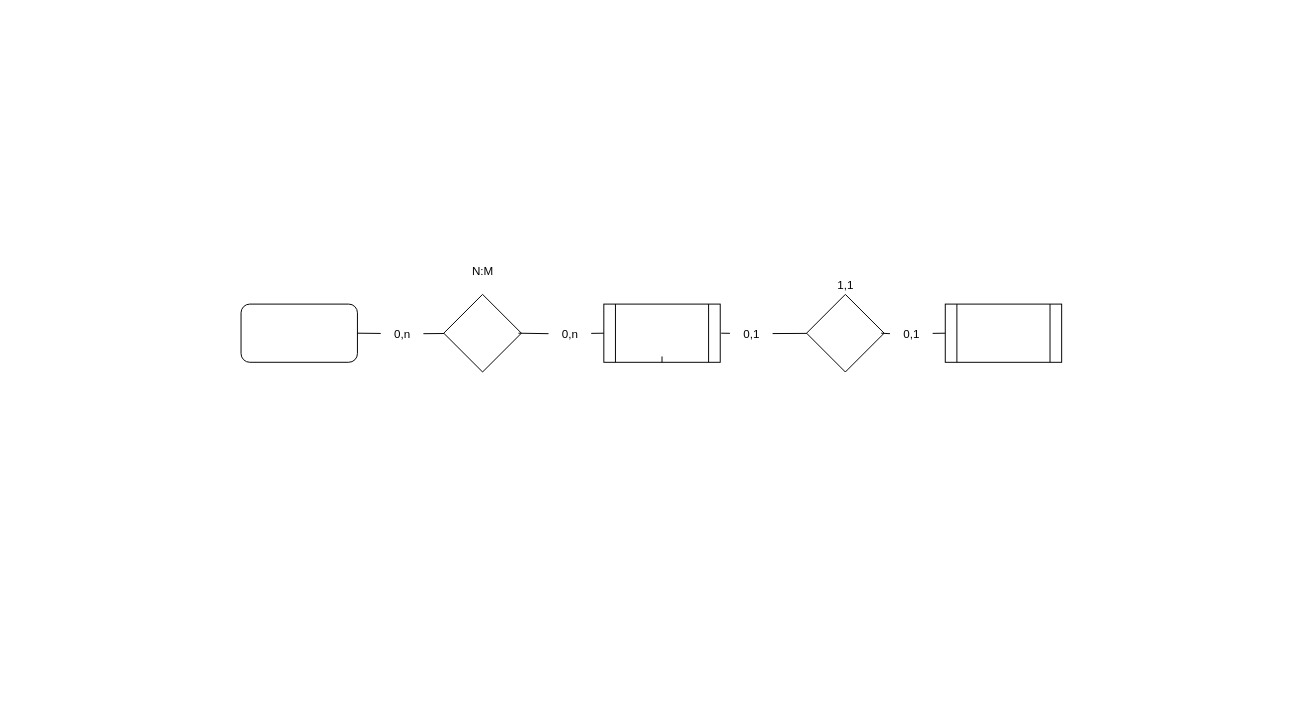
Earlier version of the draw.io diagram Untitled Diagram.drawio (Kiritomoreno/Diagramas). Source tidied: cells renumbered, new cells numbered last; positions are measured from the earlier drawing's top-left corner, leaving out a move shared by most shapes. Both pictures are drawn from the tidied source at 97%, with x=0, y=0 at pixel (241, 254).
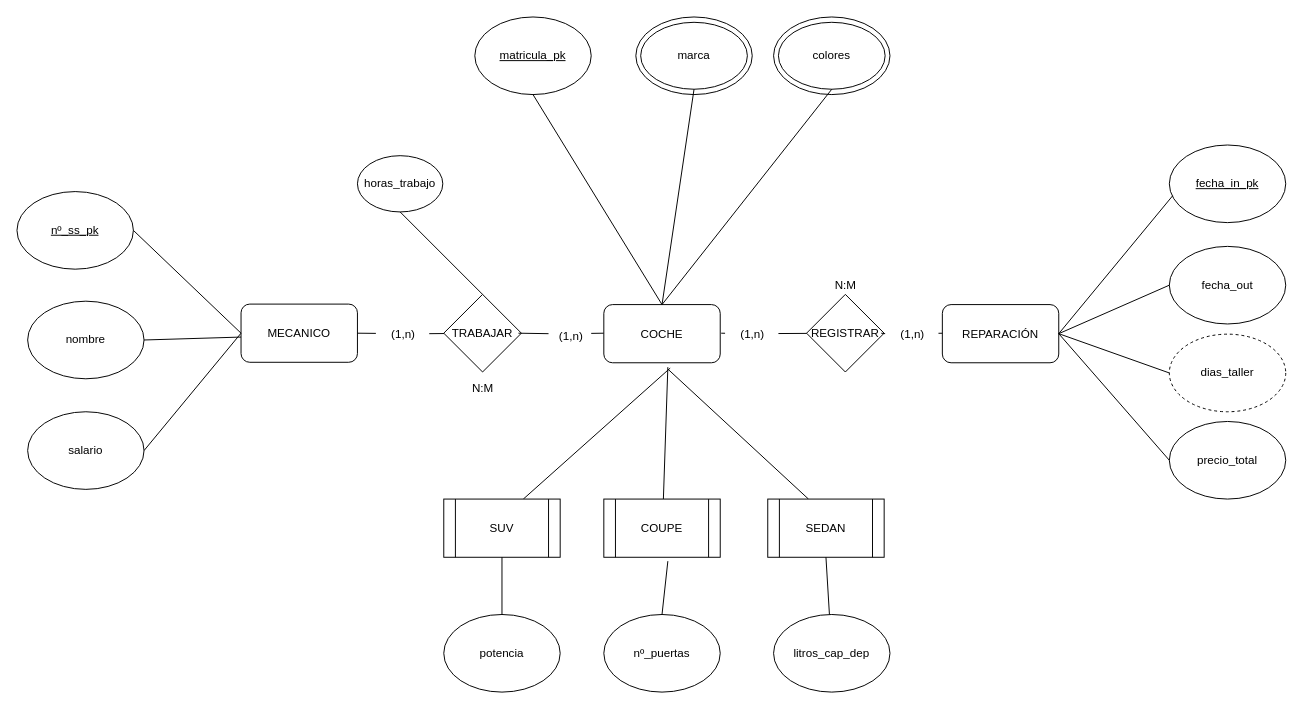
Above is the later version.

Change to the diagram source:
```diff
@@
+    <mxCell id="22" value="dias_taller" style="ellipse;whiteSpace=wrap;html=1;dashed=1;" parent="1" vertex="1">
+      <mxGeometry x="957" y="82" width="120" height="80" as="geometry" />
+    </mxCell>
-    <mxCell id="2" style="rounded=1;whiteSpace=wrap;html=1;" parent="1" vertex="1">
+    <mxCell id="2" value="MECANICO" style="rounded=1;whiteSpace=wrap;html=1;" parent="1" vertex="1">
       <mxGeometry y="51" width="120" height="60" as="geometry" />
     </mxCell>
-    <mxCell id="3" style="shape=process;whiteSpace=wrap;html=1;backgroundOutline=1;" parent="1" vertex="1">
-      <mxGeometry x="374" y="51" width="120" height="60" as="geometry" />
-    </mxCell>
-    <mxCell id="4" style="shape=process;whiteSpace=wrap;html=1;backgroundOutline=1;" parent="1" vertex="1">
-      <mxGeometry x="726" y="51" width="120" height="60" as="geometry" />
-    </mxCell>
-    <mxCell id="5" style="rhombus;whiteSpace=wrap;html=1;" parent="1" vertex="1">
+    <mxCell id="5" value="TRABAJAR" style="rhombus;whiteSpace=wrap;html=1;" parent="1" vertex="1">
       <mxGeometry x="209" y="41" width="80" height="80" as="geometry" />
     </mxCell>
-    <mxCell id="6" style="rhombus;whiteSpace=wrap;html=1;" parent="1" vertex="1">
+    <mxCell id="6" value="REGISTRAR" style="rhombus;whiteSpace=wrap;html=1;" parent="1" vertex="1">
       <mxGeometry x="583" y="41" width="80" height="80" as="geometry" />
     </mxCell>
@@
-    <mxCell id="8" style="endArrow=none;html=1;rounded=0;exitX=0;exitY=0.5;exitDx=0;exitDy=0;startArrow=none;" parent="1" edge="1" source="14">
+    <mxCell id="8" style="endArrow=none;html=1;rounded=0;exitX=0;exitY=0.5;exitDx=0;exitDy=0;startArrow=none;" parent="1" edge="1">
       <mxGeometry relative="1" as="geometry">
+        <mxPoint x="317" y="81.5" as="sourcePoint" />
         <mxPoint x="286" y="81" as="targetPoint" />
       </mxGeometry>
     </mxCell>
@@
-    <mxCell id="10" style="endArrow=none;html=1;rounded=0;entryX=0;entryY=0.5;entryDx=0;entryDy=0;startArrow=none;" parent="1" edge="1" source="18" target="4">
-      <mxGeometry relative="1" as="geometry" />
+    <mxCell id="10" style="endArrow=none;html=1;rounded=0;entryX=0;entryY=0.5;entryDx=0;entryDy=0;startArrow=none;" parent="1" edge="1" source="18">
+      <mxGeometry relative="1" as="geometry">
+        <mxPoint x="726" y="81" as="targetPoint" />
+      </mxGeometry>
     </mxCell>
-    <mxCell id="11" style="endArrow=none;html=1;rounded=0;entryX=0.5;entryY=1;entryDx=0;entryDy=0;startArrow=none;" parent="1" edge="1" target="3">
+    <mxCell id="11" style="endArrow=none;html=1;rounded=0;entryX=0.5;entryY=0;entryDx=0;entryDy=0;startArrow=none;exitX=0.57;exitY=1.1;exitDx=0;exitDy=0;exitPerimeter=0;" parent="1" edge="1">
       <mxGeometry relative="1" as="geometry">
-        <mxPoint x="434" y="105" as="sourcePoint" />
+        <mxPoint x="442.4" y="117" as="sourcePoint" />
+        <mxPoint x="291" y="252" as="targetPoint" />
       </mxGeometry>
     </mxCell>
-    <mxCell id="12" value="0,n" style="text;html=1;align=center;verticalAlign=middle;points=[];fillColor=none;strokeColor=none;rounded=0;" parent="1" vertex="1">
-      <mxGeometry x="144" y="65" width="44" height="33" as="geometry" />
+    <mxCell id="12" value="(1,n)" style="text;html=1;align=center;verticalAlign=middle;points=[];fillColor=none;strokeColor=none;rounded=0;" parent="1" vertex="1">
+      <mxGeometry x="139" y="65" width="55" height="33" as="geometry" />
     </mxCell>
@@
-    <mxCell id="14" value="0,n" style="text;html=1;align=center;verticalAlign=middle;points=[];fillColor=none;strokeColor=none;rounded=0;" parent="1" vertex="1">
-      <mxGeometry x="317" y="65" width="44" height="33" as="geometry" />
-    </mxCell>
-    <mxCell id="15" style="endArrow=none;html=1;rounded=0;exitX=0;exitY=0.5;exitDx=0;exitDy=0;" parent="1" edge="1" source="3" target="14">
-      <mxGeometry relative="1" as="geometry" />
+    <mxCell id="15" style="endArrow=none;html=1;rounded=0;exitX=0;exitY=0.5;exitDx=0;exitDy=0;" parent="1" edge="1">
+      <mxGeometry relative="1" as="geometry">
+        <mxPoint x="374" y="81" as="sourcePoint" />
+        <mxPoint x="361" y="81.2" as="targetPoint" />
+      </mxGeometry>
     </mxCell>
-    <mxCell id="16" value="0,1" style="text;html=1;align=center;verticalAlign=middle;points=[];fillColor=none;strokeColor=none;rounded=0;" parent="1" vertex="1">
-      <mxGeometry x="504" y="65" width="44" height="33" as="geometry" />
+    <mxCell id="16" value="(1,n)" style="text;html=1;align=center;verticalAlign=middle;points=[];fillColor=none;strokeColor=none;rounded=0;" parent="1" vertex="1">
+      <mxGeometry x="499" y="65" width="55" height="33" as="geometry" />
     </mxCell>
@@
-    <mxCell id="18" value="0,1" style="text;html=1;align=center;verticalAlign=middle;points=[];fillColor=none;strokeColor=none;rounded=0;" parent="1" vertex="1">
-      <mxGeometry x="669" y="65" width="44" height="33" as="geometry" />
+    <mxCell id="18" value="(1,n)" style="text;html=1;align=center;verticalAlign=middle;points=[];fillColor=none;strokeColor=none;rounded=0;" parent="1" vertex="1">
+      <mxGeometry x="664" y="65" width="55" height="33" as="geometry" />
     </mxCell>
@@
-    <mxCell id="20" value="1,1" style="text;html=1;align=center;verticalAlign=middle;fillColor=none;strokeColor=none;rounded=0;" parent="1" vertex="1">
+    <mxCell id="20" value="N:M" style="text;html=1;align=center;verticalAlign=middle;fillColor=none;strokeColor=none;rounded=0;" parent="1" vertex="1">
       <mxGeometry x="601" y="15" width="44" height="33" as="geometry" />
     </mxCell>
     <mxCell id="21" value="N:M" style="text;html=1;align=center;verticalAlign=middle;fillColor=none;strokeColor=none;rounded=0;" parent="1" vertex="1">
-      <mxGeometry x="227" width="44" height="33" as="geometry" />
+      <mxGeometry x="227" y="121" width="44" height="33" as="geometry" />
     </mxCell>
+    <mxCell id="23" style="endArrow=none;html=1;rounded=0;startArrow=none;" parent="1" edge="1">
+      <mxGeometry relative="1" as="geometry">
+        <mxPoint x="440" y="116" as="sourcePoint" />
+        <mxPoint x="435.4" y="252" as="targetPoint" />
+      </mxGeometry>
+    </mxCell>
+    <mxCell id="24" style="endArrow=none;html=1;rounded=0;startArrow=none;entryX=0.5;entryY=0;entryDx=0;entryDy=0;" parent="1" edge="1">
+      <mxGeometry relative="1" as="geometry">
+        <mxPoint x="440" y="118" as="sourcePoint" />
+        <mxPoint x="585" y="252" as="targetPoint" />
+      </mxGeometry>
+    </mxCell>
+    <mxCell id="25" value="REPARACIÓN" style="rounded=1;whiteSpace=wrap;html=1;" parent="1" vertex="1">
+      <mxGeometry x="723" y="51.5" width="120" height="60" as="geometry" />
+    </mxCell>
+    <mxCell id="26" value="COCHE" style="rounded=1;whiteSpace=wrap;html=1;" parent="1" vertex="1">
+      <mxGeometry x="374" y="51.5" width="120" height="60" as="geometry" />
+    </mxCell>
+    <mxCell id="27" value="SUV" style="shape=process;whiteSpace=wrap;html=1;backgroundOutline=1;" parent="1" vertex="1">
+      <mxGeometry x="209" y="252" width="120" height="60" as="geometry" />
+    </mxCell>
+    <mxCell id="28" value="COUPE" style="shape=process;whiteSpace=wrap;html=1;backgroundOutline=1;" parent="1" vertex="1">
+      <mxGeometry x="374" y="252" width="120" height="60" as="geometry" />
+    </mxCell>
+    <mxCell id="29" value="SEDAN" style="shape=process;whiteSpace=wrap;html=1;backgroundOutline=1;" parent="1" vertex="1">
+      <mxGeometry x="543" y="252" width="120" height="60" as="geometry" />
+    </mxCell>
+    <mxCell id="30" value="&lt;u&gt;nº_ss_pk&lt;/u&gt;" style="ellipse;whiteSpace=wrap;html=1;" parent="1" vertex="1">
+      <mxGeometry x="-231" y="-65" width="120" height="80" as="geometry" />
+    </mxCell>
+    <mxCell id="31" value="nombre" style="ellipse;whiteSpace=wrap;html=1;" parent="1" vertex="1">
+      <mxGeometry x="-220" y="48" width="120" height="80" as="geometry" />
+    </mxCell>
+    <mxCell id="32" value="salario" style="ellipse;whiteSpace=wrap;html=1;" parent="1" vertex="1">
+      <mxGeometry x="-220" y="162" width="120" height="80" as="geometry" />
+    </mxCell>
+    <mxCell id="33" style="endArrow=none;html=1;rounded=0;entryX=1;entryY=0.5;entryDx=0;entryDy=0;exitX=0;exitY=0.5;exitDx=0;exitDy=0;" parent="1" edge="1" source="2" target="30">
+      <mxGeometry relative="1" as="geometry" />
+    </mxCell>
+    <mxCell id="34" style="endArrow=none;html=1;rounded=0;entryX=1;entryY=0.5;entryDx=0;entryDy=0;" parent="1" edge="1" target="31">
+      <mxGeometry relative="1" as="geometry">
+        <mxPoint y="85" as="sourcePoint" />
+      </mxGeometry>
+    </mxCell>
+    <mxCell id="35" style="endArrow=none;html=1;rounded=0;entryX=1;entryY=0.5;entryDx=0;entryDy=0;exitX=0;exitY=0.5;exitDx=0;exitDy=0;" parent="1" edge="1" source="2" target="32">
+      <mxGeometry relative="1" as="geometry" />
+    </mxCell>
+    <mxCell id="36" value="&lt;u&gt;matricula_pk&lt;/u&gt;" style="ellipse;whiteSpace=wrap;html=1;" parent="1" vertex="1">
+      <mxGeometry x="241" y="-245" width="120" height="80" as="geometry" />
+    </mxCell>
+    <mxCell id="37" style="ellipse;whiteSpace=wrap;html=1;" parent="1" vertex="1">
+      <mxGeometry x="407" y="-245" width="120" height="80" as="geometry" />
+    </mxCell>
+    <mxCell id="38" style="ellipse;whiteSpace=wrap;html=1;" parent="1" vertex="1">
+      <mxGeometry x="549" y="-245" width="120" height="80" as="geometry" />
+    </mxCell>
+    <mxCell id="39" style="edgeStyle=orthogonalEdgeStyle;rounded=0;orthogonalLoop=1;jettySize=auto;html=1;exitX=0.5;exitY=1;exitDx=0;exitDy=0;" parent="1" edge="1" source="37" target="37">
+      <mxGeometry relative="1" as="geometry" />
+    </mxCell>
+    <mxCell id="40" value="colores" style="ellipse;whiteSpace=wrap;html=1;" parent="1" vertex="1">
+      <mxGeometry x="554" y="-239.5" width="110" height="69" as="geometry" />
+    </mxCell>
+    <mxCell id="41" value="marca" style="ellipse;whiteSpace=wrap;html=1;" parent="1" vertex="1">
+      <mxGeometry x="412" y="-239.5" width="110" height="69" as="geometry" />
+    </mxCell>
+    <mxCell id="42" style="endArrow=none;html=1;rounded=0;entryX=0.5;entryY=1;entryDx=0;entryDy=0;exitX=0.5;exitY=0;exitDx=0;exitDy=0;" parent="1" edge="1" source="26" target="36">
+      <mxGeometry relative="1" as="geometry" />
+    </mxCell>
+    <mxCell id="43" style="endArrow=none;html=1;rounded=0;entryX=0.5;entryY=1;entryDx=0;entryDy=0;exitX=0.5;exitY=0;exitDx=0;exitDy=0;" parent="1" edge="1" source="26" target="41">
+      <mxGeometry relative="1" as="geometry" />
+    </mxCell>
+    <mxCell id="44" style="endArrow=none;html=1;rounded=0;entryX=0.5;entryY=1;entryDx=0;entryDy=0;exitX=0.5;exitY=0;exitDx=0;exitDy=0;" parent="1" edge="1" source="26" target="40">
+      <mxGeometry relative="1" as="geometry" />
+    </mxCell>
+    <mxCell id="45" value="&lt;u&gt;fecha_in_pk&lt;/u&gt;" style="ellipse;whiteSpace=wrap;html=1;" parent="1" vertex="1">
+      <mxGeometry x="957" y="-113" width="120" height="80" as="geometry" />
+    </mxCell>
+    <mxCell id="46" value="fecha_out" style="ellipse;whiteSpace=wrap;html=1;" parent="1" vertex="1">
+      <mxGeometry x="957" y="-8.5" width="120" height="80" as="geometry" />
+    </mxCell>
+    <mxCell id="47" value="precio_total" style="ellipse;whiteSpace=wrap;html=1;" parent="1" vertex="1">
+      <mxGeometry x="957" y="172" width="120" height="80" as="geometry" />
+    </mxCell>
+    <mxCell id="48" style="endArrow=none;html=1;rounded=0;entryX=0.028;entryY=0.655;entryDx=0;entryDy=0;entryPerimeter=0;exitX=1;exitY=0.5;exitDx=0;exitDy=0;" parent="1" edge="1" source="25" target="45">
+      <mxGeometry relative="1" as="geometry" />
+    </mxCell>
+    <mxCell id="49" style="endArrow=none;html=1;rounded=0;entryX=0;entryY=0.5;entryDx=0;entryDy=0;exitX=1;exitY=0.5;exitDx=0;exitDy=0;" parent="1" edge="1" source="25" target="46">
+      <mxGeometry relative="1" as="geometry" />
+    </mxCell>
+    <mxCell id="50" style="endArrow=none;html=1;rounded=0;entryX=0;entryY=0.5;entryDx=0;entryDy=0;exitX=1;exitY=0.5;exitDx=0;exitDy=0;" parent="1" edge="1" source="25" target="22">
+      <mxGeometry relative="1" as="geometry" />
+    </mxCell>
+    <mxCell id="51" style="endArrow=none;html=1;rounded=0;entryX=0;entryY=0.5;entryDx=0;entryDy=0;exitX=1;exitY=0.5;exitDx=0;exitDy=0;" parent="1" edge="1" source="25" target="47">
+      <mxGeometry relative="1" as="geometry" />
+    </mxCell>
+    <mxCell id="52" value="potencia" style="ellipse;whiteSpace=wrap;html=1;" parent="1" vertex="1">
+      <mxGeometry x="209" y="371" width="120" height="80" as="geometry" />
+    </mxCell>
+    <mxCell id="53" value="nº_puertas" style="ellipse;whiteSpace=wrap;html=1;" parent="1" vertex="1">
+      <mxGeometry x="374" y="371" width="120" height="80" as="geometry" />
+    </mxCell>
+    <mxCell id="54" value="litros_cap_dep" style="ellipse;whiteSpace=wrap;html=1;" parent="1" vertex="1">
+      <mxGeometry x="549" y="371" width="120" height="80" as="geometry" />
+    </mxCell>
+    <mxCell id="55" style="endArrow=none;html=1;rounded=0;exitX=0.5;exitY=0;exitDx=0;exitDy=0;" parent="1" edge="1" source="53">
+      <mxGeometry relative="1" as="geometry">
+        <mxPoint x="440" y="316" as="targetPoint" />
+      </mxGeometry>
+    </mxCell>
+    <mxCell id="56" style="endArrow=none;html=1;rounded=0;entryX=0.5;entryY=1;entryDx=0;entryDy=0;" parent="1" edge="1" source="54" target="29">
+      <mxGeometry relative="1" as="geometry" />
+    </mxCell>
+    <mxCell id="57" style="endArrow=none;html=1;rounded=0;entryX=0.5;entryY=1;entryDx=0;entryDy=0;exitX=0.5;exitY=0;exitDx=0;exitDy=0;" parent="1" edge="1" source="52" target="27">
+      <mxGeometry relative="1" as="geometry" />
+    </mxCell>
+    <mxCell id="58" value="horas_trabajo" style="ellipse;whiteSpace=wrap;html=1;" parent="1" vertex="1">
+      <mxGeometry x="120" y="-102" width="88" height="58" as="geometry" />
+    </mxCell>
+    <mxCell id="59" style="endArrow=none;html=1;rounded=0;entryX=0.5;entryY=1;entryDx=0;entryDy=0;exitX=0.5;exitY=0;exitDx=0;exitDy=0;" parent="1" edge="1" source="5" target="58">
+      <mxGeometry relative="1" as="geometry" />
+    </mxCell>
+    <mxCell id="60" value="(1,n)" style="text;html=1;align=center;verticalAlign=middle;strokeColor=none;fillColor=none;" parent="1" vertex="1">
+      <mxGeometry x="312" y="68" width="55" height="33" as="geometry" />
+    </mxCell>
```
